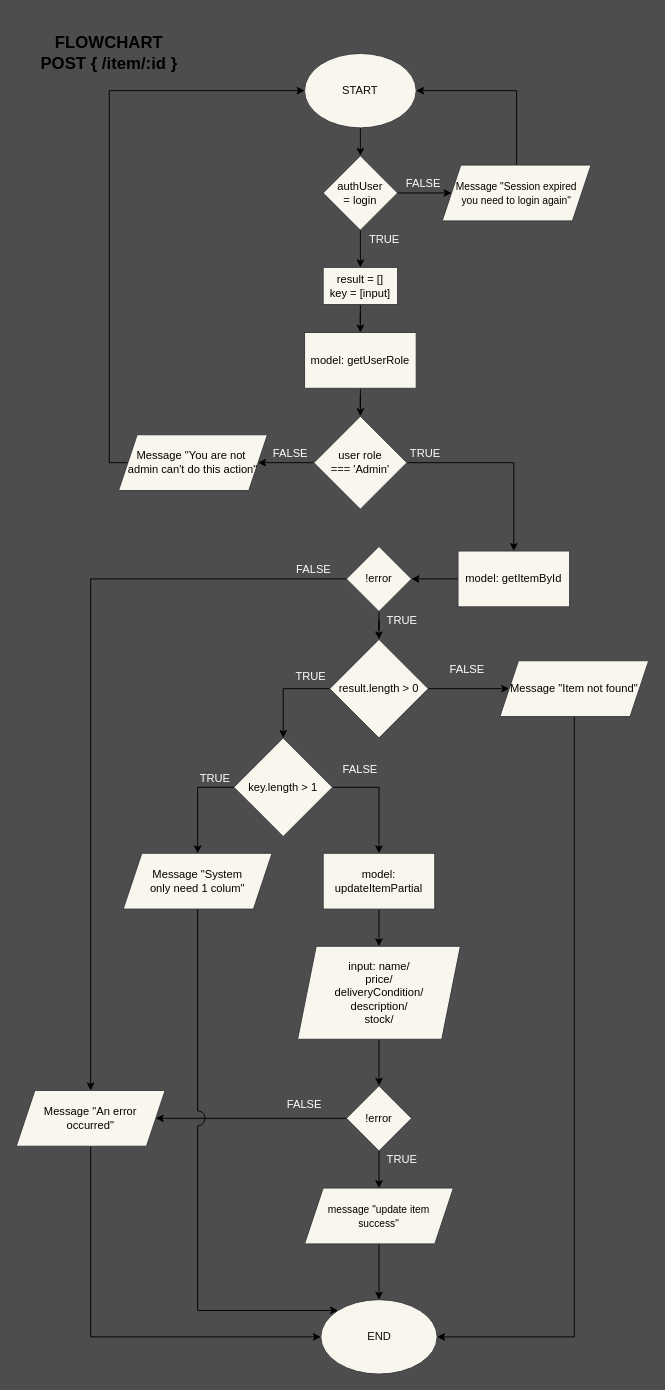
Before: page "PATCH /item/:id" (2 of 16) of src/flowchart/flowchart #2.drawio in CUPAXX/b22-backend-beginner, a draw.io diagram. Source tidied: cells renumbered, new cells numbered last; positions are measured from the earlier drawing's top-left corner, leaving out a move shared by most shapes. Both pictures are drawn from the tidied source at 93%, with x=0, y=0 at pixel (16, 16).
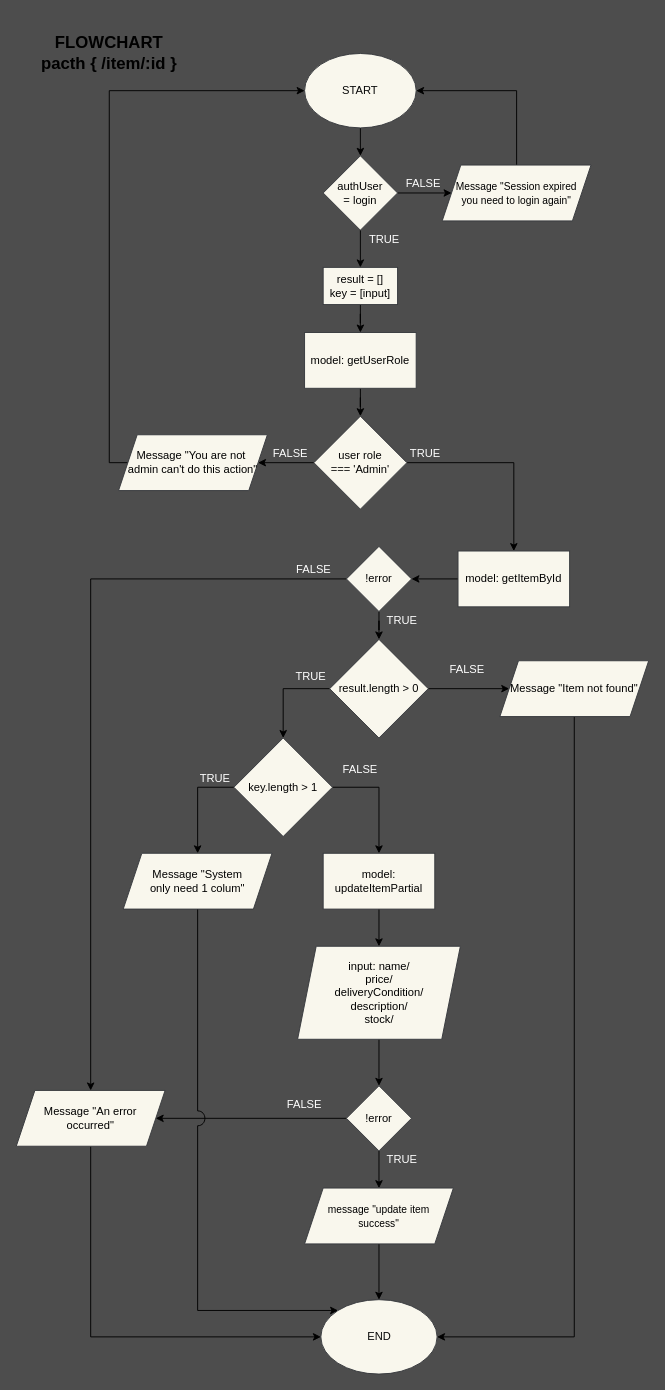
After the change.

Change to the diagram source:
```diff
@@
-    <mxCell id="2" value="&lt;font style=&quot;font-size: 18px&quot;&gt;&lt;b&gt;FLOWCHART&lt;br&gt;POST { /item/:id }&lt;/b&gt;&lt;/font&gt;" style="text;html=1;strokeColor=none;fillColor=none;align=center;verticalAlign=middle;whiteSpace=wrap;rounded=0;" parent="1" vertex="1">
+    <mxCell id="2" value="&lt;font style=&quot;font-size: 18px&quot;&gt;&lt;b&gt;FLOWCHART&lt;br&gt;pacth { /item/:id }&lt;/b&gt;&lt;/font&gt;" style="text;html=1;strokeColor=none;fillColor=none;align=center;verticalAlign=middle;whiteSpace=wrap;rounded=0;" parent="1" vertex="1">
       <mxGeometry x="10" width="180" height="80" as="geometry" />
     </mxCell>
```
